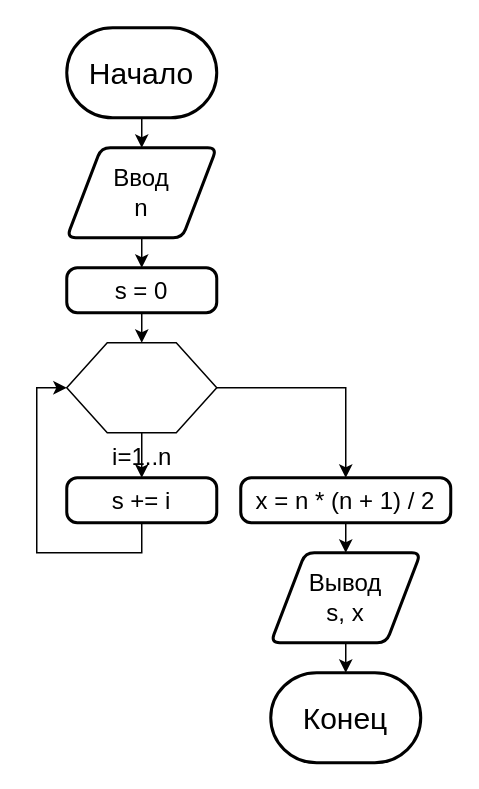
Before: les_2_task_7.drawio in nglaz0v/Python_Algorithms, a draw.io diagram. Source tidied: cells renumbered, new cells numbered last; positions are measured from the earlier drawing's top-left corner, leaving out a move shared by most shapes. Both pictures are drawn from the tidied source at 150%, with x=0, y=0 at pixel (66, 27).
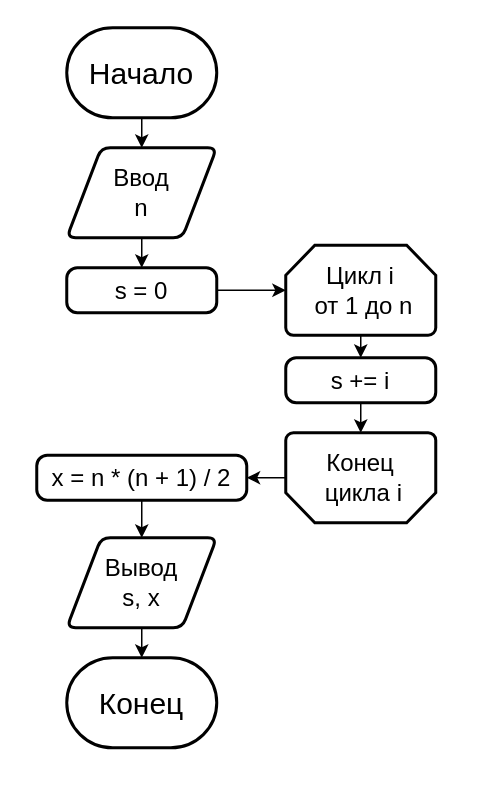
The same diagram, later.

What changed in the source:
```diff
@@
 <mxGraphModel>
   <root>
     <mxCell id="0" />
     <mxCell id="1" parent="0" />
     <mxCell id="2" style="edgeStyle=orthogonalEdgeStyle;rounded=0;jettySize=auto;html=1;exitX=0.5;exitY=1;exitDx=0;exitDy=0;exitPerimeter=0;entryX=0.5;entryY=0;entryDx=0;entryDy=0;fontSize=16;" parent="1" edge="1" source="3" target="6">
       <mxGeometry relative="1" as="geometry" />
     </mxCell>
     <mxCell id="3" value="&lt;font style=&quot;font-size: 20px&quot;&gt;Начало&lt;/font&gt;" style="strokeWidth=2;html=1;shape=mxgraph.flowchart.terminator;whiteSpace=wrap;" parent="1" vertex="1">
       <mxGeometry width="100" height="60" as="geometry" />
     </mxCell>
     <mxCell id="4" value="Конец" style="strokeWidth=2;html=1;shape=mxgraph.flowchart.terminator;whiteSpace=wrap;fontSize=20;" parent="1" vertex="1">
-      <mxGeometry x="136" y="430" width="100" height="60" as="geometry" />
+      <mxGeometry y="420" width="100" height="60" as="geometry" />
     </mxCell>
     <mxCell id="5" style="edgeStyle=orthogonalEdgeStyle;rounded=0;jettySize=auto;html=1;exitX=0.5;exitY=1;exitDx=0;exitDy=0;entryX=0.5;entryY=0;entryDx=0;entryDy=0;fontSize=16;" parent="1" edge="1" source="6" target="8">
       <mxGeometry relative="1" as="geometry" />
     </mxCell>
     <mxCell id="6" value="Ввод&lt;br&gt;n" style="shape=parallelogram;html=1;strokeWidth=2;perimeter=parallelogramPerimeter;whiteSpace=wrap;rounded=1;arcSize=12;size=0.23;fontSize=16;" parent="1" vertex="1">
       <mxGeometry y="80" width="100" height="60" as="geometry" />
     </mxCell>
-    <mxCell id="7" style="edgeStyle=orthogonalEdgeStyle;rounded=0;jettySize=auto;html=1;exitX=0.5;exitY=1;exitDx=0;exitDy=0;entryX=0.5;entryY=0;entryDx=0;entryDy=0;fontSize=16;" parent="1" edge="1" source="8" target="11">
-      <mxGeometry relative="1" as="geometry" />
-    </mxCell>
+    <mxCell id="18" style="edgeStyle=orthogonalEdgeStyle;rounded=0;jettySize=auto;html=1;exitX=1;exitY=0.5;exitDx=0;exitDy=0;entryX=0;entryY=0.5;entryDx=0;entryDy=0;entryPerimeter=0;fontSize=16;" parent="1" edge="1" source="8" target="21">
+      <mxGeometry relative="1" as="geometry" />
+    </mxCell>
     <mxCell id="8" value="s = 0" style="rounded=1;whiteSpace=wrap;html=1;absoluteArcSize=1;arcSize=14;strokeWidth=2;fontSize=16;" parent="1" vertex="1">
       <mxGeometry y="160" width="100" height="30" as="geometry" />
     </mxCell>
-    <mxCell id="9" style="edgeStyle=orthogonalEdgeStyle;rounded=0;jettySize=auto;html=1;exitX=0.5;exitY=1;exitDx=0;exitDy=0;entryX=0.5;entryY=0;entryDx=0;entryDy=0;fontSize=16;" parent="1" edge="1" source="11" target="13">
-      <mxGeometry relative="1" as="geometry" />
-    </mxCell>
-    <mxCell id="10" style="edgeStyle=orthogonalEdgeStyle;rounded=0;jettySize=auto;html=1;exitX=1;exitY=0.5;exitDx=0;exitDy=0;entryX=0.5;entryY=0;entryDx=0;entryDy=0;fontSize=16;" parent="1" edge="1" source="11" target="15">
-      <mxGeometry relative="1" as="geometry" />
-    </mxCell>
-    <mxCell id="11" value="i=1..n" style="verticalLabelPosition=bottom;verticalAlign=top;html=1;shape=hexagon;perimeter=hexagonPerimeter2;arcSize=6;size=0.27;fontSize=16;" parent="1" vertex="1">
-      <mxGeometry y="210" width="100" height="60" as="geometry" />
-    </mxCell>
-    <mxCell id="12" style="edgeStyle=orthogonalEdgeStyle;rounded=0;jettySize=auto;html=1;exitX=0.5;exitY=1;exitDx=0;exitDy=0;entryX=0;entryY=0.5;entryDx=0;entryDy=0;fontSize=16;" parent="1" edge="1" source="13" target="11">
-      <mxGeometry relative="1" as="geometry" />
-    </mxCell>
+    <mxCell id="19" style="edgeStyle=orthogonalEdgeStyle;rounded=0;jettySize=auto;html=1;exitX=0.5;exitY=1;exitDx=0;exitDy=0;entryX=0.5;entryY=1;entryDx=0;entryDy=0;entryPerimeter=0;fontSize=16;" parent="1" edge="1" source="13" target="23">
+      <mxGeometry relative="1" as="geometry" />
+    </mxCell>
     <mxCell id="13" value="s += i" style="rounded=1;whiteSpace=wrap;html=1;absoluteArcSize=1;arcSize=14;strokeWidth=2;fontSize=16;" parent="1" vertex="1">
-      <mxGeometry y="300" width="100" height="30" as="geometry" />
+      <mxGeometry x="146" y="220" width="100" height="30" as="geometry" />
     </mxCell>
     <mxCell id="14" style="edgeStyle=orthogonalEdgeStyle;rounded=0;jettySize=auto;html=1;exitX=0.5;exitY=1;exitDx=0;exitDy=0;entryX=0.5;entryY=0;entryDx=0;entryDy=0;fontSize=16;" parent="1" edge="1" source="15" target="17">
       <mxGeometry relative="1" as="geometry" />
     </mxCell>
     <mxCell id="15" value="x = n * (n + 1) / 2" style="rounded=1;whiteSpace=wrap;html=1;absoluteArcSize=1;arcSize=14;strokeWidth=2;fontSize=16;" parent="1" vertex="1">
-      <mxGeometry x="116" y="300" width="140" height="30" as="geometry" />
+      <mxGeometry x="-20" y="285" width="140" height="30" as="geometry" />
     </mxCell>
     <mxCell id="16" style="edgeStyle=orthogonalEdgeStyle;rounded=0;jettySize=auto;html=1;exitX=0.5;exitY=1;exitDx=0;exitDy=0;entryX=0.5;entryY=0;entryDx=0;entryDy=0;entryPerimeter=0;fontSize=16;" parent="1" edge="1" source="17" target="4">
       <mxGeometry relative="1" as="geometry" />
     </mxCell>
     <mxCell id="17" value="Вывод&lt;br&gt;s, x" style="shape=parallelogram;html=1;strokeWidth=2;perimeter=parallelogramPerimeter;whiteSpace=wrap;rounded=1;arcSize=12;size=0.23;fontSize=16;" parent="1" vertex="1">
-      <mxGeometry x="136" y="350" width="100" height="60" as="geometry" />
+      <mxGeometry y="340" width="100" height="60" as="geometry" />
     </mxCell>
+    <mxCell id="20" style="edgeStyle=orthogonalEdgeStyle;rounded=0;jettySize=auto;html=1;exitX=0.5;exitY=1;exitDx=0;exitDy=0;exitPerimeter=0;entryX=0.5;entryY=0;entryDx=0;entryDy=0;fontSize=16;" parent="1" edge="1" source="21" target="13">
+      <mxGeometry relative="1" as="geometry" />
+    </mxCell>
+    <mxCell id="21" value="Цикл i&lt;br&gt;&amp;nbsp;от 1 до n" style="strokeWidth=2;html=1;shape=mxgraph.flowchart.loop_limit;whiteSpace=wrap;fontSize=16;" parent="1" vertex="1">
+      <mxGeometry x="146" y="145" width="100" height="60" as="geometry" />
+    </mxCell>
+    <mxCell id="22" style="edgeStyle=orthogonalEdgeStyle;rounded=0;jettySize=auto;html=1;exitX=1;exitY=0.5;exitDx=0;exitDy=0;exitPerimeter=0;entryX=1;entryY=0.5;entryDx=0;entryDy=0;fontSize=16;" parent="1" edge="1" source="23" target="15">
+      <mxGeometry relative="1" as="geometry" />
+    </mxCell>
+    <mxCell id="23" value="Конец&lt;br&gt;&amp;nbsp;цикла i" style="strokeWidth=2;html=1;shape=mxgraph.flowchart.loop_limit;whiteSpace=wrap;fontSize=16;direction=west;" parent="1" vertex="1">
+      <mxGeometry x="146" y="270" width="100" height="60" as="geometry" />
+    </mxCell>
   </root>
 </mxGraphModel>
```
